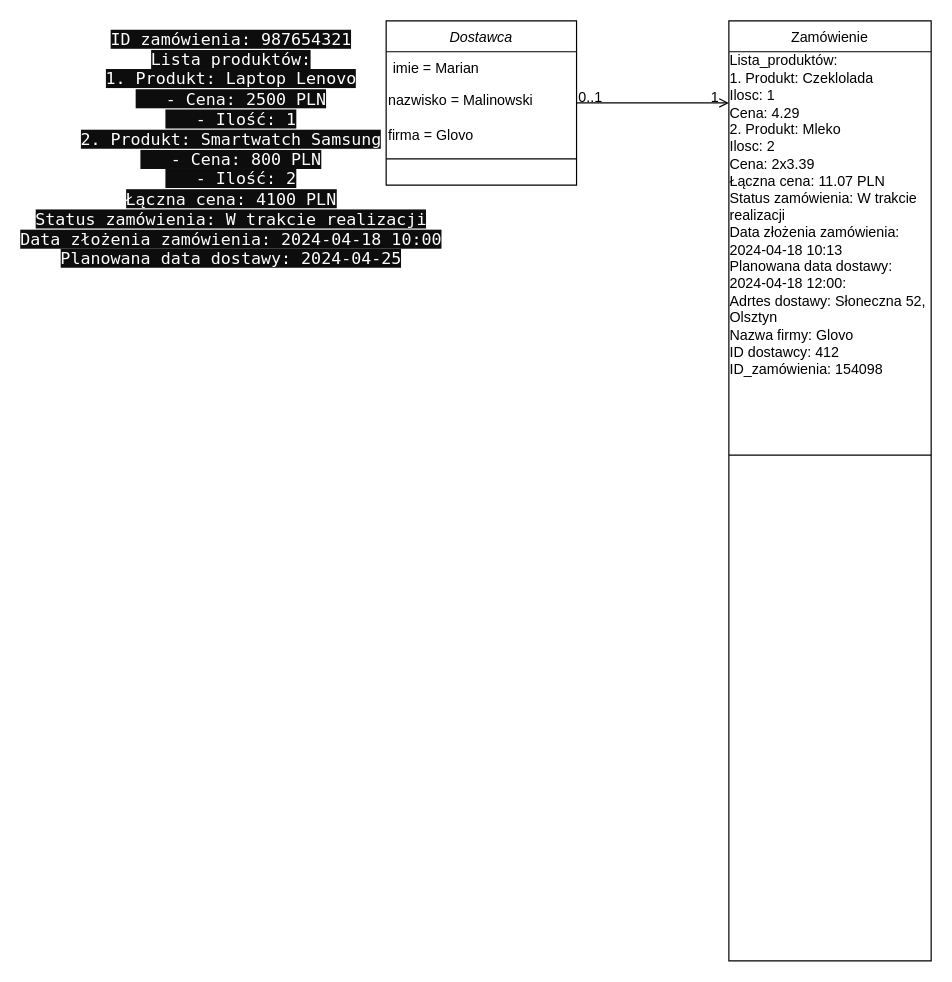
Before: DK i DO/Untitled Diagram.drawio in Tarik-Alaiwi-dev/psi, a draw.io diagram. Source tidied: cells renumbered, new cells numbered last; positions are measured from the earlier drawing's top-left corner, leaving out a move shared by most shapes. Both pictures are drawn from the tidied source at 119%, with x=0, y=0 at pixel (136, 20).
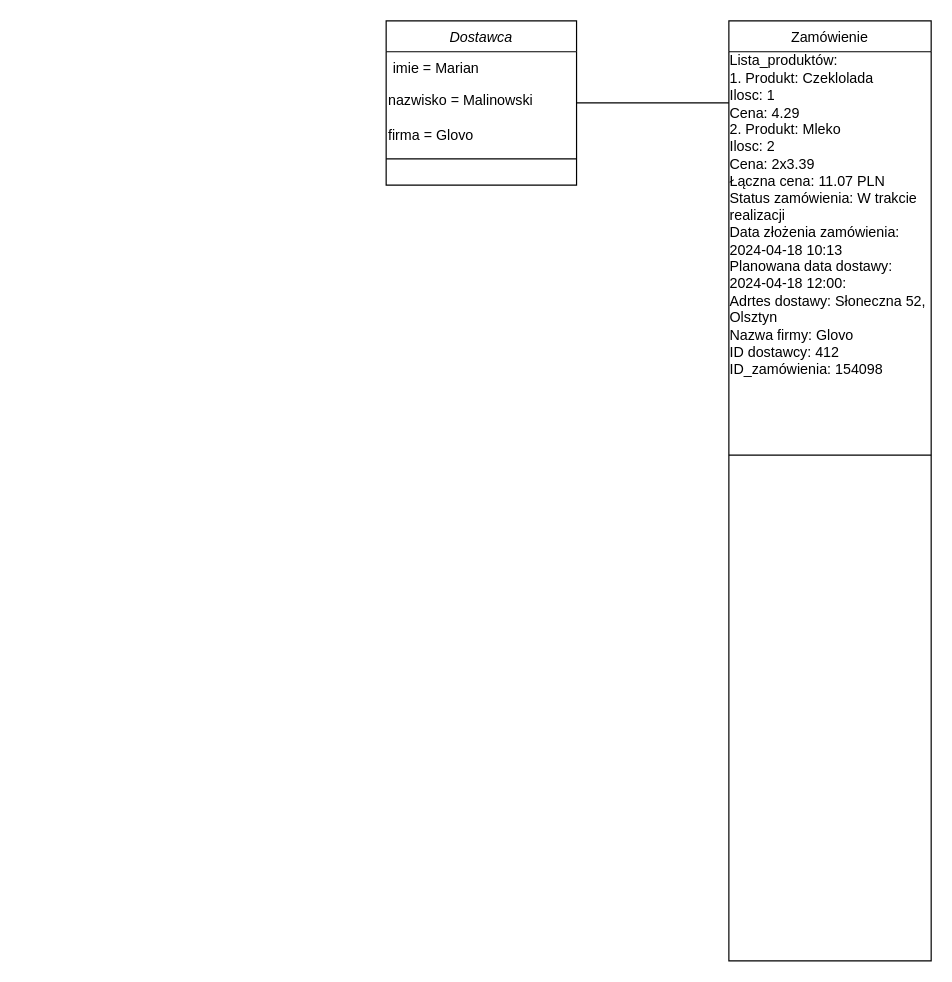
The same diagram, later.

What changed in the source:
```diff
@@
 <mxGraphModel>
   <root>
     <mxCell id="0" />
     <mxCell id="1" parent="0" />
     <mxCell id="2" value="Dostawca" style="swimlane;fontStyle=2;align=center;verticalAlign=top;horizontal=1;startSize=26;rounded=0;shadow=0;strokeWidth=1;" parent="1" vertex="1">
       <mxGeometry x="210" width="160" height="138" as="geometry" />
     </mxCell>
     <mxCell id="3" value="imie = Marian&#10;" style="text;align=left;verticalAlign=top;spacingLeft=4;spacingRight=4;overflow=hidden;rounded=0;shadow=0;html=0;" parent="2" vertex="1">
       <mxGeometry y="26" width="160" height="26" as="geometry" />
     </mxCell>
     <mxCell id="4" value="nazwisko = Malinowski" style="text;html=1;align=left;verticalAlign=middle;whiteSpace=wrap;rounded=0;" parent="2" vertex="1">
       <mxGeometry y="52" width="160" height="30" as="geometry" />
     </mxCell>
     <mxCell id="5" value="firma = Glovo" style="text;html=1;align=left;verticalAlign=middle;whiteSpace=wrap;rounded=0;" parent="2" vertex="1">
       <mxGeometry y="82" width="160" height="30" as="geometry" />
     </mxCell>
     <mxCell id="6" style="line;html=1;strokeWidth=1;align=left;verticalAlign=middle;spacingTop=-1;spacingLeft=3;spacingRight=3;labelPosition=right;" parent="2" vertex="1">
       <mxGeometry y="112" width="160" height="8" as="geometry" />
     </mxCell>
     <mxCell id="7" value="Zamówienie" style="swimlane;fontStyle=0;align=center;verticalAlign=top;horizontal=1;startSize=26;rounded=0;shadow=0;strokeWidth=1;" parent="1" vertex="1">
       <mxGeometry x="498" width="170" height="790" as="geometry" />
     </mxCell>
     <mxCell id="8" value="&lt;div style=&quot;text-align: left;&quot;&gt;&lt;span style=&quot;background-color: initial;&quot;&gt;Lista_produktów:&amp;nbsp;&lt;/span&gt;&lt;/div&gt;&lt;div style=&quot;text-align: left;&quot;&gt;1. Produkt: Czeklolada&lt;/div&gt;&lt;div style=&quot;text-align: left;&quot;&gt;Ilosc: 1&lt;/div&gt;&lt;div style=&quot;text-align: left;&quot;&gt;Cena: 4.29&lt;/div&gt;&lt;div style=&quot;text-align: left;&quot;&gt;2. Produkt: Mleko&lt;/div&gt;&lt;div style=&quot;text-align: left;&quot;&gt;Ilosc: 2&lt;/div&gt;&lt;div style=&quot;text-align: left;&quot;&gt;Cena: 2x3.39&lt;/div&gt;&lt;div style=&quot;text-align: left;&quot;&gt;Łączna cena: 11.07 PLN&lt;/div&gt;&lt;div style=&quot;text-align: left;&quot;&gt;Status zamówienia: W trakcie realizacji&lt;/div&gt;&lt;div style=&quot;text-align: left;&quot;&gt;Data złożenia zamówienia: 2024-04-18 10:13&lt;/div&gt;&lt;div style=&quot;text-align: left;&quot;&gt;Planowana data dostawy: 2024-04-18 12:00:&lt;/div&gt;&lt;div style=&quot;text-align: left;&quot;&gt;Adrtes dostawy: Słoneczna 52, Olsztyn&lt;/div&gt;&lt;div style=&quot;text-align: left;&quot;&gt;Nazwa firmy: Glovo&lt;/div&gt;&lt;div style=&quot;text-align: left;&quot;&gt;ID dostawcy: 412&lt;/div&gt;&lt;div style=&quot;text-align: left;&quot;&gt;&lt;span style=&quot;text-align: center;&quot;&gt;ID_zamówienia: 154098&lt;/span&gt;&lt;br&gt;&lt;/div&gt;&lt;div&gt;&lt;br&gt;&lt;/div&gt;&lt;div&gt;&lt;br&gt;&lt;/div&gt;" style="text;html=1;align=center;verticalAlign=middle;whiteSpace=wrap;rounded=0;" parent="7" vertex="1">
       <mxGeometry y="26" width="170" height="304" as="geometry" />
     </mxCell>
     <mxCell id="9" style="line;html=1;strokeWidth=1;align=left;verticalAlign=middle;spacingTop=-1;spacingLeft=3;spacingRight=3;labelPosition=right;" parent="7" vertex="1">
       <mxGeometry y="330" width="170" height="70" as="geometry" />
     </mxCell>
-    <mxCell id="10" style="endArrow=open;shadow=0;strokeWidth=1;rounded=0;curved=0;endFill=1;edgeStyle=elbowEdgeStyle;elbow=vertical;" parent="1" edge="1" source="2" target="7">
+    <mxCell id="10" style="endArrow=none;shadow=0;strokeWidth=1;rounded=0;curved=0;endFill=0;edgeStyle=elbowEdgeStyle;elbow=vertical;" parent="1" edge="1" source="2" target="7">
       <mxGeometry x="0.5" y="41" relative="1" as="geometry">
         <mxPoint x="-40" y="32" as="offset" />
       </mxGeometry>
     </mxCell>
-    <mxCell id="11" value="0..1" style="align=left;verticalAlign=bottom;labelBackgroundColor=none;fontSize=12;" parent="10" vertex="1">
-      <mxGeometry x="-1" relative="1" as="geometry">
-        <mxPoint y="4" as="offset" />
-      </mxGeometry>
-    </mxCell>
-    <mxCell id="12" value="1" style="align=right;verticalAlign=bottom;labelBackgroundColor=none;fontSize=12;" parent="10" vertex="1">
-      <mxGeometry x="1" relative="1" as="geometry">
-        <mxPoint x="-7" y="4" as="offset" />
-      </mxGeometry>
-    </mxCell>
-    <mxCell id="13" value="&lt;span style=&quot;color: rgb(255, 255, 255); font-family: &amp;quot;Söhne Mono&amp;quot;, Monaco, &amp;quot;Andale Mono&amp;quot;, &amp;quot;Ubuntu Mono&amp;quot;, monospace; font-size: 14px; text-align: left; white-space: pre; background-color: rgb(13, 13, 13);&quot;&gt;ID zamówienia: 987654321&lt;br/&gt;Lista produktów:&lt;br/&gt;1. Produkt: Laptop Lenovo&lt;br/&gt;   - Cena: 2500 PLN&lt;br/&gt;   - Ilość: 1&lt;br/&gt;2. Produkt: Smartwatch Samsung&lt;br/&gt;   - Cena: 800 PLN&lt;br/&gt;   - Ilość: 2&lt;br/&gt;Łączna cena: 4100 PLN&lt;br/&gt;Status zamówienia: W trakcie realizacji&lt;br/&gt;Data złożenia zamówienia: 2024-04-18 10:00&lt;br/&gt;Planowana data dostawy: 2024-04-25&lt;/span&gt;" style="text;html=1;align=center;verticalAlign=middle;whiteSpace=wrap;rounded=0;" parent="1" vertex="1">
-      <mxGeometry y="90" width="160" height="36" as="geometry" />
-    </mxCell>
   </root>
 </mxGraphModel>
```
